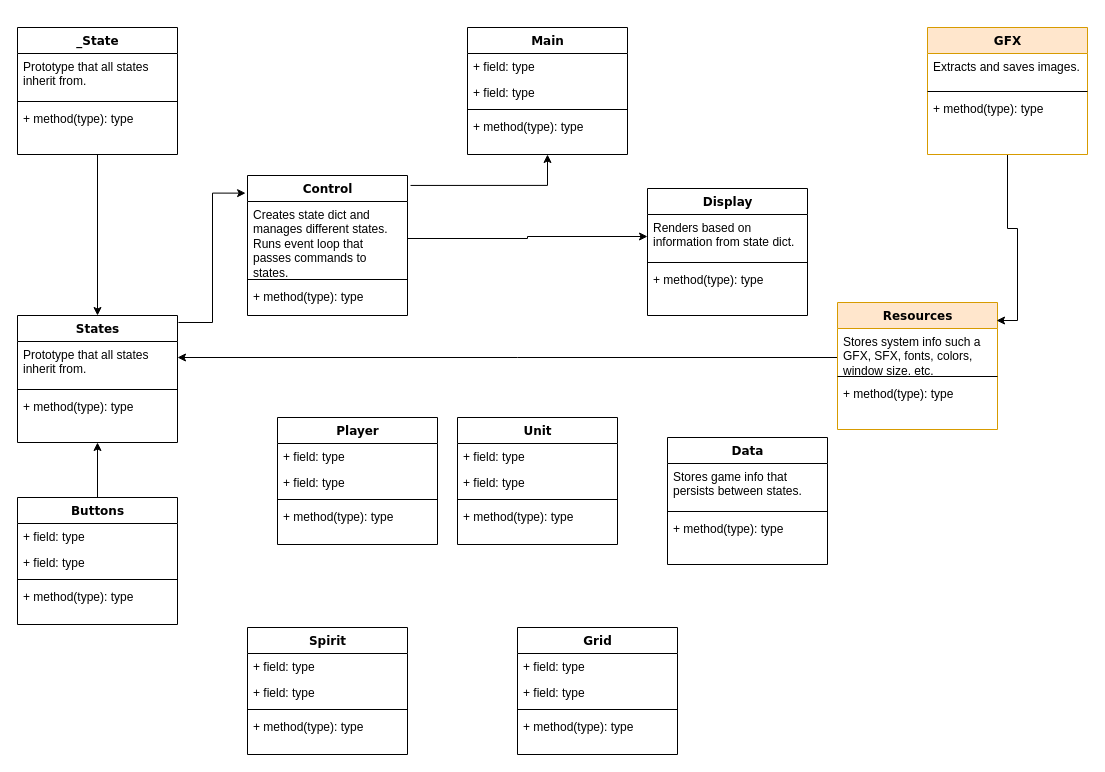
Before: class_outline.drawio in ShinyMyst/VG-exhumed, a draw.io diagram. Source tidied: cells renumbered, new cells numbered last; positions are measured from the earlier drawing's top-left corner, leaving out a move shared by most shapes. Both pictures are drawn from the tidied source at 100%, with x=0, y=0 at pixel (17, 27).
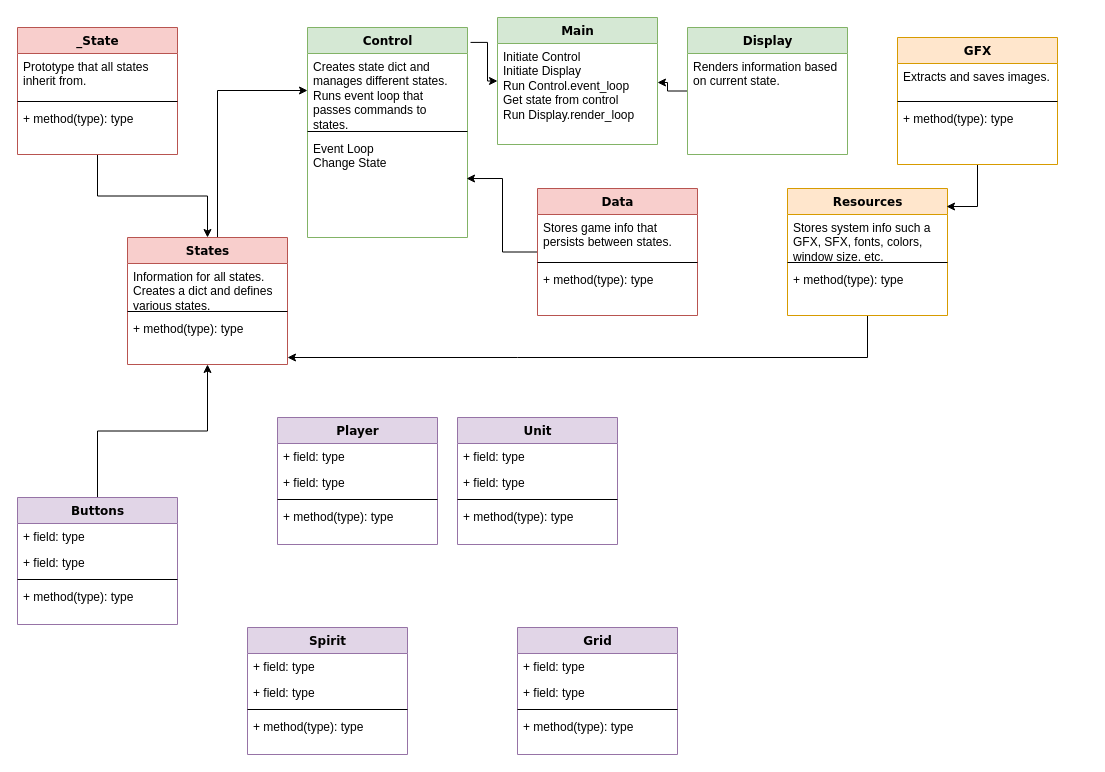
After the change.

Unchanged cells that the change refers to:
```xml
<mxCell id="9" value="Creates state dict and manages different states.&amp;nbsp; Runs event loop that passes commands to states." style="text;html=1;strokeColor=none;fillColor=none;align=left;verticalAlign=top;spacingLeft=4;spacingRight=4;whiteSpace=wrap;overflow=hidden;points=[[0,0.5],[1,0.5]];portConstraint=eastwest;" parent="8" vertex="1">
  <mxGeometry y="26" width="160" height="74" as="geometry" />
</mxCell>
```

Diff of the diagram source:
```diff
@@
-    <mxCell id="2" value="Main" style="swimlane;html=1;fontStyle=1;align=center;verticalAlign=top;horizontal=1;startSize=26;swimlaneFillColor=#ffffff;rounded=0;shadow=0;comic=0;labelBackgroundColor=none;strokeWidth=1;fillColor=none;fontFamily=Verdana;fontSize=12;" parent="1" vertex="1">
-      <mxGeometry x="450" width="160" height="127" as="geometry" />
+    <mxCell id="2" value="Main" style="swimlane;html=1;fontStyle=1;align=center;verticalAlign=top;horizontal=1;startSize=26;swimlaneFillColor=#ffffff;rounded=0;shadow=0;comic=0;labelBackgroundColor=none;strokeWidth=1;fillColor=#d5e8d4;fontFamily=Verdana;fontSize=12;strokeColor=#82b366;" parent="1" vertex="1">
+      <mxGeometry x="480" y="-10" width="160" height="127" as="geometry" />
     </mxCell>
-    <mxCell id="3" value="+ field: type" style="text;html=1;strokeColor=none;fillColor=none;align=left;verticalAlign=top;spacingLeft=4;spacingRight=4;whiteSpace=wrap;overflow=hidden;points=[[0,0.5],[1,0.5]];portConstraint=eastwest;" parent="2" vertex="1">
-      <mxGeometry y="26" width="160" height="26" as="geometry" />
+    <mxCell id="3" value="&lt;div&gt;Initiate Control&lt;/div&gt;&lt;div&gt;Initiate Display&lt;/div&gt;&lt;div&gt;Run Control.event_loop&lt;/div&gt;&lt;div&gt;Get state from control&lt;br&gt;&lt;/div&gt;&lt;div&gt;Run Display.render_loop&lt;br&gt;&lt;/div&gt;" style="text;html=1;strokeColor=none;fillColor=none;align=left;verticalAlign=top;spacingLeft=4;spacingRight=4;whiteSpace=wrap;overflow=hidden;points=[[0,0.5],[1,0.5]];portConstraint=eastwest;" parent="2" vertex="1">
+      <mxGeometry y="26" width="160" height="94" as="geometry" />
     </mxCell>
-    <mxCell id="4" value="+ field: type" style="text;html=1;strokeColor=none;fillColor=none;align=left;verticalAlign=top;spacingLeft=4;spacingRight=4;whiteSpace=wrap;overflow=hidden;" parent="2" vertex="1">
-      <mxGeometry y="52" width="160" height="26" as="geometry" />
-    </mxCell>
-    <mxCell id="5" style="line;html=1;strokeWidth=1;fillColor=none;align=left;verticalAlign=middle;spacingTop=-1;spacingLeft=3;spacingRight=3;labelPosition=right;" parent="2" vertex="1">
-      <mxGeometry y="78" width="160" height="8" as="geometry" />
-    </mxCell>
-    <mxCell id="6" value="+ method(type): type" style="text;html=1;strokeColor=none;fillColor=none;align=left;verticalAlign=top;spacingLeft=4;spacingRight=4;whiteSpace=wrap;overflow=hidden;" parent="2" vertex="1">
-      <mxGeometry y="86" width="160" height="26" as="geometry" />
-    </mxCell>
@@
-    <mxCell id="8" value="Control" style="swimlane;html=1;fontStyle=1;align=center;verticalAlign=top;horizontal=1;startSize=26;swimlaneFillColor=#ffffff;rounded=0;shadow=0;comic=0;labelBackgroundColor=none;strokeWidth=1;fillColor=none;fontFamily=Verdana;fontSize=12;" parent="1" vertex="1">
-      <mxGeometry x="230" y="148" width="160" height="140" as="geometry" />
+    <mxCell id="8" value="Control" style="swimlane;html=1;fontStyle=1;align=center;verticalAlign=top;horizontal=1;startSize=26;swimlaneFillColor=#ffffff;rounded=0;shadow=0;comic=0;labelBackgroundColor=none;strokeWidth=1;fillColor=#d5e8d4;fontFamily=Verdana;fontSize=12;strokeColor=#82b366;" parent="1" vertex="1">
+      <mxGeometry x="290" width="160" height="210" as="geometry" />
     </mxCell>
@@
-    <mxCell id="11" value="+ method(type): type" style="text;html=1;strokeColor=none;fillColor=none;align=left;verticalAlign=top;spacingLeft=4;spacingRight=4;whiteSpace=wrap;overflow=hidden;points=[[0,0.5],[1,0.5]];portConstraint=eastwest;" parent="8" vertex="1">
-      <mxGeometry y="108" width="160" height="32" as="geometry" />
+    <mxCell id="11" value="&lt;div&gt;Event Loop&lt;/div&gt;&lt;div&gt;Change State&lt;br&gt;&lt;/div&gt;" style="text;html=1;strokeColor=none;fillColor=none;align=left;verticalAlign=top;spacingLeft=4;spacingRight=4;whiteSpace=wrap;overflow=hidden;points=[[0,0.5],[1,0.5]];portConstraint=eastwest;" parent="8" vertex="1">
+      <mxGeometry y="108" width="160" height="102" as="geometry" />
     </mxCell>
@@
     <mxCell id="13" value="Resources" style="swimlane;html=1;fontStyle=1;align=center;verticalAlign=top;horizontal=1;startSize=26;swimlaneFillColor=#ffffff;rounded=0;shadow=0;comic=0;labelBackgroundColor=none;strokeWidth=1;fillColor=#ffe6cc;fontFamily=Verdana;fontSize=12;strokeColor=#d79b00;" parent="1" vertex="1">
-      <mxGeometry x="820" y="275" width="160" height="127" as="geometry" />
+      <mxGeometry x="770" y="161" width="160" height="127" as="geometry" />
     </mxCell>
@@
-    <mxCell id="18" value="_State" style="swimlane;html=1;fontStyle=1;align=center;verticalAlign=top;horizontal=1;startSize=26;swimlaneFillColor=#ffffff;rounded=0;shadow=0;comic=0;labelBackgroundColor=none;strokeWidth=1;fillColor=none;fontFamily=Verdana;fontSize=12;" parent="1" vertex="1">
+    <mxCell id="18" value="_State" style="swimlane;html=1;fontStyle=1;align=center;verticalAlign=top;horizontal=1;startSize=26;swimlaneFillColor=#ffffff;rounded=0;shadow=0;comic=0;labelBackgroundColor=none;strokeWidth=1;fillColor=#f8cecc;fontFamily=Verdana;fontSize=12;strokeColor=#b85450;" parent="1" vertex="1">
       <mxGeometry width="160" height="127" as="geometry" />
     </mxCell>
@@
+    <mxCell id="67" style="edgeStyle=orthogonalEdgeStyle;rounded=0;jettySize=auto;html=1;entryX=0.994;entryY=0.422;entryDx=0;entryDy=0;entryPerimeter=0;" parent="1" edge="1" source="22" target="11">
+      <mxGeometry relative="1" as="geometry" />
+    </mxCell>
-    <mxCell id="22" value="Data" style="swimlane;html=1;fontStyle=1;align=center;verticalAlign=top;horizontal=1;startSize=26;swimlaneFillColor=#ffffff;rounded=0;shadow=0;comic=0;labelBackgroundColor=none;strokeWidth=1;fillColor=none;fontFamily=Verdana;fontSize=12;" parent="1" vertex="1">
-      <mxGeometry x="650" y="410" width="160" height="127" as="geometry" />
+    <mxCell id="22" value="Data" style="swimlane;html=1;fontStyle=1;align=center;verticalAlign=top;horizontal=1;startSize=26;swimlaneFillColor=#ffffff;rounded=0;shadow=0;comic=0;labelBackgroundColor=none;strokeWidth=1;fillColor=#f8cecc;fontFamily=Verdana;fontSize=12;strokeColor=#b85450;" parent="1" vertex="1">
+      <mxGeometry x="520" y="161" width="160" height="127" as="geometry" />
     </mxCell>
@@
-    <mxCell id="26" value="Player" style="swimlane;html=1;fontStyle=1;align=center;verticalAlign=top;horizontal=1;startSize=26;swimlaneFillColor=#ffffff;rounded=0;shadow=0;comic=0;labelBackgroundColor=none;strokeWidth=1;fillColor=none;fontFamily=Verdana;fontSize=12;" parent="1" vertex="1">
+    <mxCell id="26" value="Player" style="swimlane;html=1;fontStyle=1;align=center;verticalAlign=top;horizontal=1;startSize=26;swimlaneFillColor=#ffffff;rounded=0;shadow=0;comic=0;labelBackgroundColor=none;strokeWidth=1;fillColor=#e1d5e7;fontFamily=Verdana;fontSize=12;strokeColor=#9673a6;" parent="1" vertex="1">
       <mxGeometry x="260" y="390" width="160" height="127" as="geometry" />
     </mxCell>
@@
+    <mxCell id="68" style="edgeStyle=orthogonalEdgeStyle;rounded=0;jettySize=auto;html=1;entryX=1;entryY=0.415;entryDx=0;entryDy=0;entryPerimeter=0;" parent="1" edge="1" source="31" target="3">
+      <mxGeometry relative="1" as="geometry" />
+    </mxCell>
-    <mxCell id="31" value="Display" style="swimlane;html=1;fontStyle=1;align=center;verticalAlign=top;horizontal=1;startSize=26;swimlaneFillColor=#ffffff;rounded=0;shadow=0;comic=0;labelBackgroundColor=none;strokeWidth=1;fillColor=none;fontFamily=Verdana;fontSize=12;" parent="1" vertex="1">
-      <mxGeometry x="630" y="161" width="160" height="127" as="geometry" />
+    <mxCell id="31" value="Display" style="swimlane;html=1;fontStyle=1;align=center;verticalAlign=top;horizontal=1;startSize=26;swimlaneFillColor=#ffffff;rounded=0;shadow=0;comic=0;labelBackgroundColor=none;strokeWidth=1;fillColor=#d5e8d4;fontFamily=Verdana;fontSize=12;strokeColor=#82b366;" parent="1" vertex="1">
+      <mxGeometry x="670" width="160" height="127" as="geometry" />
     </mxCell>
-    <mxCell id="32" value="Renders based on information from state dict." style="text;html=1;strokeColor=none;fillColor=none;align=left;verticalAlign=top;spacingLeft=4;spacingRight=4;whiteSpace=wrap;overflow=hidden;points=[[0,0.5],[1,0.5]];portConstraint=eastwest;" parent="31" vertex="1">
+    <mxCell id="32" value="Renders information based on current state." style="text;html=1;strokeColor=none;fillColor=none;align=left;verticalAlign=top;spacingLeft=4;spacingRight=4;whiteSpace=wrap;overflow=hidden;points=[[0,0.5],[1,0.5]];portConstraint=eastwest;" parent="31" vertex="1">
       <mxGeometry y="26" width="160" height="44" as="geometry" />
     </mxCell>
-    <mxCell id="33" style="line;html=1;strokeWidth=1;fillColor=none;align=left;verticalAlign=middle;spacingTop=-1;spacingLeft=3;spacingRight=3;labelPosition=right;" parent="31" vertex="1">
-      <mxGeometry y="70" width="160" height="8" as="geometry" />
-    </mxCell>
-    <mxCell id="34" value="+ method(type): type" style="text;html=1;strokeColor=none;fillColor=none;align=left;verticalAlign=top;spacingLeft=4;spacingRight=4;whiteSpace=wrap;overflow=hidden;" parent="31" vertex="1">
-      <mxGeometry y="78" width="160" height="26" as="geometry" />
-    </mxCell>
-    <mxCell id="35" value="Spirit" style="swimlane;html=1;fontStyle=1;align=center;verticalAlign=top;horizontal=1;startSize=26;swimlaneFillColor=#ffffff;rounded=0;shadow=0;comic=0;labelBackgroundColor=none;strokeWidth=1;fillColor=none;fontFamily=Verdana;fontSize=12;" parent="1" vertex="1">
+    <mxCell id="35" value="Spirit" style="swimlane;html=1;fontStyle=1;align=center;verticalAlign=top;horizontal=1;startSize=26;swimlaneFillColor=#ffffff;rounded=0;shadow=0;comic=0;labelBackgroundColor=none;strokeWidth=1;fillColor=#e1d5e7;fontFamily=Verdana;fontSize=12;strokeColor=#9673a6;" parent="1" vertex="1">
       <mxGeometry x="230" y="600" width="160" height="127" as="geometry" />
     </mxCell>
@@
-    <mxCell id="40" value="Grid" style="swimlane;html=1;fontStyle=1;align=center;verticalAlign=top;horizontal=1;startSize=26;swimlaneFillColor=#ffffff;rounded=0;shadow=0;comic=0;labelBackgroundColor=none;strokeWidth=1;fillColor=none;fontFamily=Verdana;fontSize=12;" parent="1" vertex="1">
+    <mxCell id="40" value="Grid" style="swimlane;html=1;fontStyle=1;align=center;verticalAlign=top;horizontal=1;startSize=26;swimlaneFillColor=#ffffff;rounded=0;shadow=0;comic=0;labelBackgroundColor=none;strokeWidth=1;fillColor=#e1d5e7;fontFamily=Verdana;fontSize=12;strokeColor=#9673a6;" parent="1" vertex="1">
       <mxGeometry x="500" y="600" width="160" height="127" as="geometry" />
     </mxCell>
@@
-    <mxCell id="46" value="Buttons" style="swimlane;html=1;fontStyle=1;align=center;verticalAlign=top;horizontal=1;startSize=26;swimlaneFillColor=#ffffff;rounded=0;shadow=0;comic=0;labelBackgroundColor=none;strokeWidth=1;fillColor=none;fontFamily=Verdana;fontSize=12;" parent="1" vertex="1">
+    <mxCell id="46" value="Buttons" style="swimlane;html=1;fontStyle=1;align=center;verticalAlign=top;horizontal=1;startSize=26;swimlaneFillColor=#ffffff;rounded=0;shadow=0;comic=0;labelBackgroundColor=none;strokeWidth=1;fillColor=#e1d5e7;fontFamily=Verdana;fontSize=12;strokeColor=#9673a6;" parent="1" vertex="1">
       <mxGeometry y="470" width="160" height="127" as="geometry" />
     </mxCell>
@@
-    <mxCell id="51" value="Unit" style="swimlane;html=1;fontStyle=1;align=center;verticalAlign=top;horizontal=1;startSize=26;swimlaneFillColor=#ffffff;rounded=0;shadow=0;comic=0;labelBackgroundColor=none;strokeWidth=1;fillColor=none;fontFamily=Verdana;fontSize=12;" parent="1" vertex="1">
+    <mxCell id="51" value="Unit" style="swimlane;html=1;fontStyle=1;align=center;verticalAlign=top;horizontal=1;startSize=26;swimlaneFillColor=#ffffff;rounded=0;shadow=0;comic=0;labelBackgroundColor=none;strokeWidth=1;fillColor=#e1d5e7;fontFamily=Verdana;fontSize=12;strokeColor=#9673a6;" parent="1" vertex="1">
       <mxGeometry x="440" y="390" width="160" height="127" as="geometry" />
     </mxCell>
@@
+    <mxCell id="69" style="edgeStyle=orthogonalEdgeStyle;rounded=0;jettySize=auto;html=1;entryX=0;entryY=0.5;entryDx=0;entryDy=0;" parent="1" edge="1" source="56" target="9">
+      <mxGeometry relative="1" as="geometry">
+        <Array as="points">
+          <mxPoint x="200" y="300" />
+          <mxPoint x="200" y="63" />
+        </Array>
+      </mxGeometry>
+    </mxCell>
-    <mxCell id="56" value="States" style="swimlane;html=1;fontStyle=1;align=center;verticalAlign=top;horizontal=1;startSize=26;swimlaneFillColor=#ffffff;rounded=0;shadow=0;comic=0;labelBackgroundColor=none;strokeWidth=1;fillColor=none;fontFamily=Verdana;fontSize=12;" parent="1" vertex="1">
-      <mxGeometry y="288" width="160" height="127" as="geometry" />
+    <mxCell id="56" value="States" style="swimlane;html=1;fontStyle=1;align=center;verticalAlign=top;horizontal=1;startSize=26;swimlaneFillColor=#ffffff;rounded=0;shadow=0;comic=0;labelBackgroundColor=none;strokeWidth=1;fillColor=#f8cecc;fontFamily=Verdana;fontSize=12;strokeColor=#b85450;" parent="1" vertex="1">
+      <mxGeometry x="110" y="210" width="160" height="127" as="geometry" />
     </mxCell>
-    <mxCell id="57" value="Prototype that all states inherit from." style="text;html=1;strokeColor=none;fillColor=none;align=left;verticalAlign=top;spacingLeft=4;spacingRight=4;whiteSpace=wrap;overflow=hidden;" parent="56" vertex="1">
+    <mxCell id="57" value="Information for all states.&amp;nbsp; Creates a dict and defines various states." style="text;html=1;strokeColor=none;fillColor=none;align=left;verticalAlign=top;spacingLeft=4;spacingRight=4;whiteSpace=wrap;overflow=hidden;" parent="56" vertex="1">
       <mxGeometry y="26" width="160" height="44" as="geometry" />
     </mxCell>
@@
     <mxCell id="59" value="+ method(type): type" style="text;html=1;strokeColor=none;fillColor=none;align=left;verticalAlign=top;spacingLeft=4;spacingRight=4;whiteSpace=wrap;overflow=hidden;" parent="56" vertex="1">
-      <mxGeometry y="78" width="160" height="26" as="geometry" />
+      <mxGeometry y="78" width="160" height="30" as="geometry" />
     </mxCell>
@@
     <mxCell id="61" value="GFX" style="swimlane;html=1;fontStyle=1;align=center;verticalAlign=top;horizontal=1;startSize=26;swimlaneFillColor=#ffffff;rounded=0;shadow=0;comic=0;labelBackgroundColor=none;strokeWidth=1;fillColor=#ffe6cc;fontFamily=Verdana;fontSize=12;strokeColor=#d79b00;" parent="1" vertex="1">
-      <mxGeometry x="910" width="160" height="127" as="geometry" />
+      <mxGeometry x="880" y="10" width="160" height="127" as="geometry" />
     </mxCell>
@@
-    <mxCell id="65" style="edgeStyle=orthogonalEdgeStyle;rounded=0;jettySize=auto;html=1;entryX=-0.012;entryY=0.126;entryDx=0;entryDy=0;entryPerimeter=0;exitX=1.006;exitY=0.055;exitDx=0;exitDy=0;exitPerimeter=0;" parent="1" edge="1" source="56" target="8">
-      <mxGeometry relative="1" as="geometry" />
-    </mxCell>
-    <mxCell id="66" style="edgeStyle=orthogonalEdgeStyle;rounded=0;jettySize=auto;html=1;exitX=1;exitY=0.5;exitDx=0;exitDy=0;" parent="1" edge="1" source="9" target="32">
-      <mxGeometry relative="1" as="geometry" />
-    </mxCell>
```
